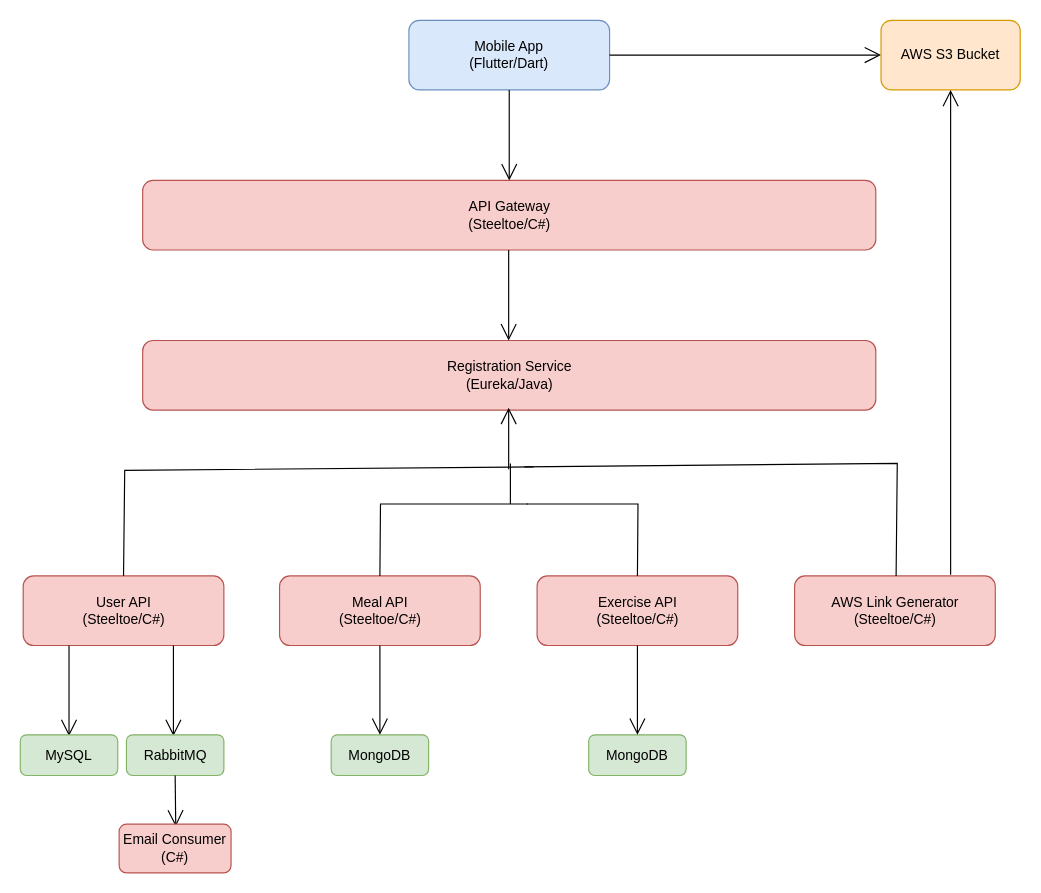
The draw.io diagram Diagrama sin título.drawio in Scipion2002/HomieGainz, before the edit. Source tidied: cells renumbered, new cells numbered last; positions are measured from the earlier drawing's top-left corner, leaving out a move shared by most shapes. Both pictures are drawn from the tidied source at 116%, with x=0, y=0 at pixel (20, 20).
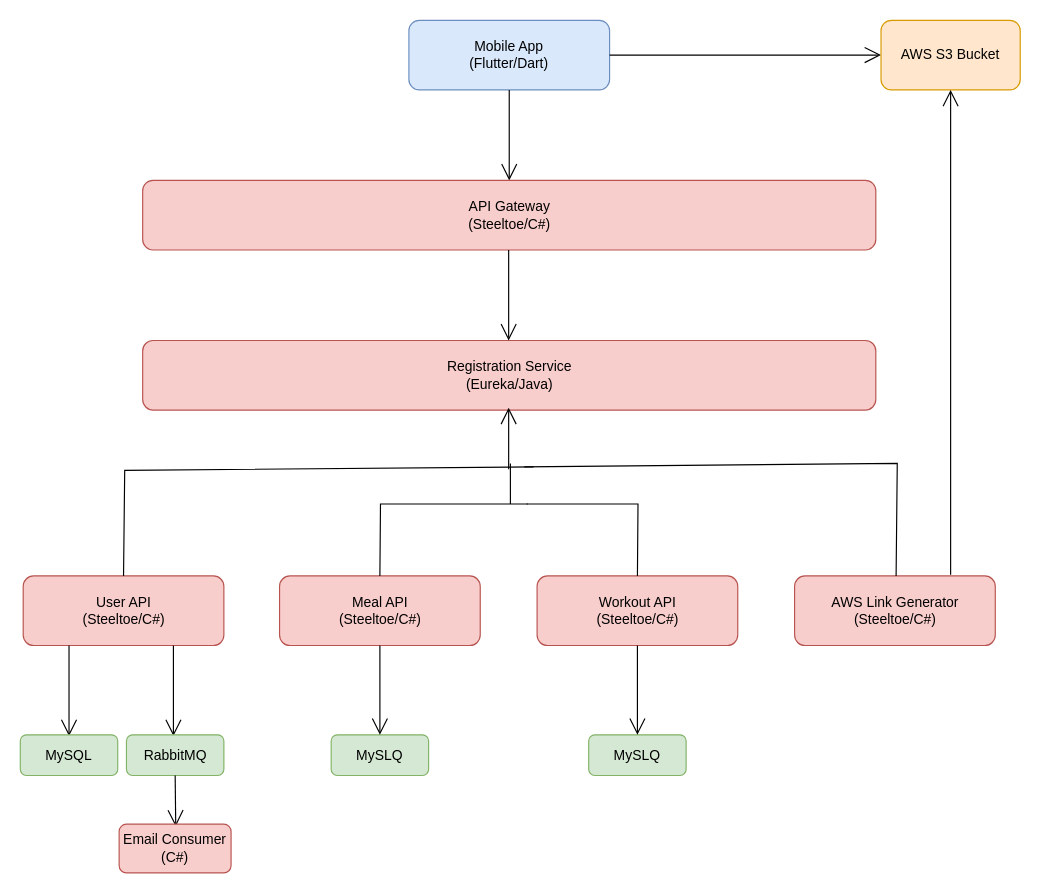
The same diagram, later.

Diff of the diagram source:
```diff
@@
-    <mxCell id="10" value="Exercise API&lt;br&gt;(Steeltoe/C#)" style="rounded=1;whiteSpace=wrap;html=1;fillColor=#f8cecc;strokeColor=#b85450;" parent="1" vertex="1">
+    <mxCell id="10" value="Workout API&lt;br&gt;(Steeltoe/C#)" style="rounded=1;whiteSpace=wrap;html=1;fillColor=#f8cecc;strokeColor=#b85450;" parent="1" vertex="1">
       <mxGeometry x="445.5" y="479" width="173" height="60" as="geometry" />
     </mxCell>
@@
-    <mxCell id="26" value="MongoDB" style="rounded=1;whiteSpace=wrap;html=1;fillColor=#d5e8d4;strokeColor=#82b366;" parent="1" vertex="1">
+    <mxCell id="26" value="MySLQ" style="rounded=1;whiteSpace=wrap;html=1;fillColor=#d5e8d4;strokeColor=#82b366;" parent="1" vertex="1">
       <mxGeometry x="268" y="616" width="84" height="35" as="geometry" />
     </mxCell>
@@
-    <mxCell id="28" value="MongoDB" style="rounded=1;whiteSpace=wrap;html=1;fillColor=#d5e8d4;strokeColor=#82b366;" parent="1" vertex="1">
+    <mxCell id="28" value="MySLQ" style="rounded=1;whiteSpace=wrap;html=1;fillColor=#d5e8d4;strokeColor=#82b366;" parent="1" vertex="1">
       <mxGeometry x="490" y="616" width="84" height="35" as="geometry" />
     </mxCell>
```
